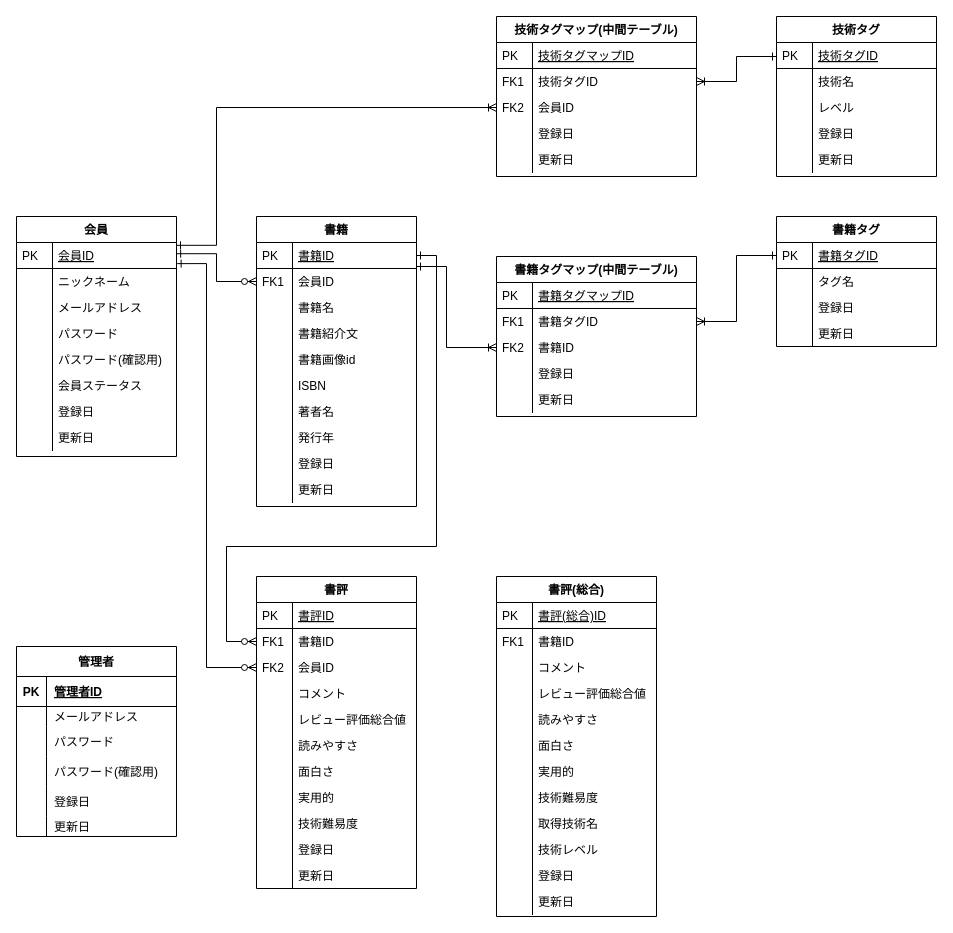
Above: page "Page-1" (1 of 2) of TechnicalBookReviewers_ER.drawio in MitsuruYako/TechnicalBookReviewers (draw.io), before the change. Source tidied: cells renumbered, new cells numbered last; positions are measured from the earlier drawing's top-left corner, leaving out a move shared by most shapes. Both pictures are drawn from the tidied source at 100%, with x=0, y=0 at pixel (16, 16).
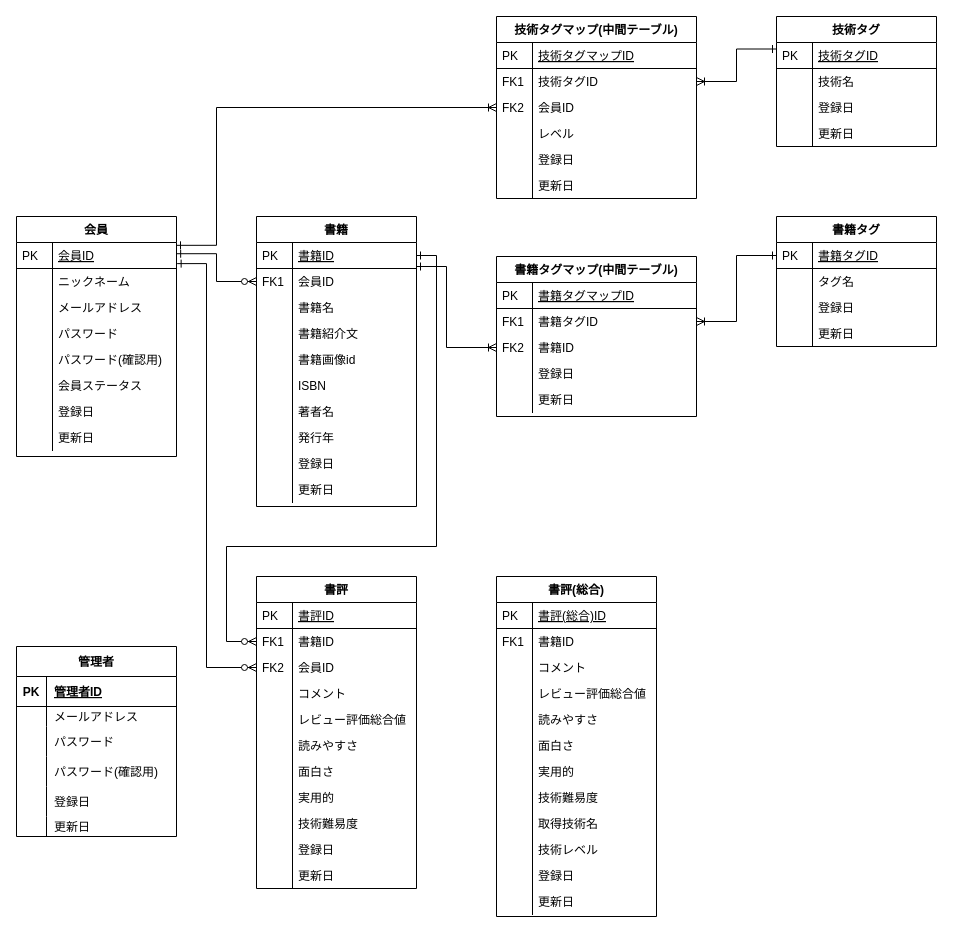
After the change.

The edit, as a diff of the source:
```diff
@@
     <mxCell id="114" value="技術タグマップ(中間テーブル)" style="swimlane;fontStyle=1;horizontal=1;startSize=26;rounded=0;shadow=0;strokeWidth=1;" parent="1" vertex="1">
-      <mxGeometry x="480" width="200" height="160" as="geometry" />
+      <mxGeometry x="480" width="200" height="182" as="geometry" />
     </mxCell>
@@
-    <mxCell id="121" value="登録日" style="shape=partialRectangle;top=0;left=0;right=0;bottom=0;align=left;verticalAlign=top;fillColor=none;spacingLeft=40;spacingRight=4;overflow=hidden;rounded=0;shadow=0;strokeWidth=1;" parent="114" vertex="1">
+    <mxCell id="121" value="レベル" style="shape=partialRectangle;top=0;left=0;right=0;bottom=0;align=left;verticalAlign=top;fillColor=none;spacingLeft=40;spacingRight=4;overflow=hidden;rounded=0;shadow=0;strokeWidth=1;" parent="114" vertex="1">
       <mxGeometry y="104" width="200" height="26" as="geometry" />
     </mxCell>
@@
-    <mxCell id="123" value="更新日" style="shape=partialRectangle;top=0;left=0;right=0;bottom=0;align=left;verticalAlign=top;fillColor=none;spacingLeft=40;spacingRight=4;overflow=hidden;rounded=0;shadow=0;strokeWidth=1;" parent="114" vertex="1">
+    <mxCell id="123" value="登録日" style="shape=partialRectangle;top=0;left=0;right=0;bottom=0;align=left;verticalAlign=top;fillColor=none;spacingLeft=40;spacingRight=4;overflow=hidden;rounded=0;shadow=0;strokeWidth=1;" parent="114" vertex="1">
       <mxGeometry y="130" width="200" height="26" as="geometry" />
     </mxCell>
@@
+    <mxCell id="156" value="更新日" style="shape=partialRectangle;top=0;left=0;right=0;bottom=0;align=left;verticalAlign=top;fillColor=none;spacingLeft=40;spacingRight=4;overflow=hidden;rounded=0;shadow=0;strokeWidth=1;" parent="114" vertex="1">
+      <mxGeometry y="156" width="200" height="26" as="geometry" />
+    </mxCell>
+    <mxCell id="131" style="shape=partialRectangle;top=0;left=0;bottom=0;fillColor=none;align=left;verticalAlign=top;spacingLeft=4;spacingRight=4;overflow=hidden;" parent="156" vertex="1">
+      <mxGeometry width="36" height="26" as="geometry" />
+    </mxCell>
     <mxCell id="125" value="技術タグ" style="swimlane;fontStyle=1;horizontal=1;startSize=26;rounded=0;shadow=0;strokeWidth=1;" parent="1" vertex="1">
-      <mxGeometry x="760" width="160" height="160" as="geometry" />
+      <mxGeometry x="760" width="160" height="130" as="geometry" />
     </mxCell>
@@
-    <mxCell id="130" value="レベル" style="shape=partialRectangle;top=0;left=0;right=0;bottom=0;align=left;verticalAlign=top;fillColor=none;spacingLeft=40;spacingRight=4;overflow=hidden;rounded=0;shadow=0;strokeWidth=1;" parent="125" vertex="1">
-      <mxGeometry y="78" width="160" height="26" as="geometry" />
-    </mxCell>
-    <mxCell id="131" style="shape=partialRectangle;top=0;left=0;bottom=0;fillColor=none;align=left;verticalAlign=top;spacingLeft=4;spacingRight=4;overflow=hidden;" parent="130" vertex="1">
-      <mxGeometry width="36" height="26" as="geometry" />
-    </mxCell>
     <mxCell id="132" value="登録日" style="shape=partialRectangle;top=0;left=0;right=0;bottom=0;align=left;verticalAlign=top;fillColor=none;spacingLeft=40;spacingRight=4;overflow=hidden;rounded=0;shadow=0;strokeWidth=1;" parent="125" vertex="1">
-      <mxGeometry y="104" width="160" height="26" as="geometry" />
+      <mxGeometry y="78" width="160" height="26" as="geometry" />
     </mxCell>
@@
     <mxCell id="134" value="更新日" style="shape=partialRectangle;top=0;left=0;right=0;bottom=0;align=left;verticalAlign=top;fillColor=none;spacingLeft=40;spacingRight=4;overflow=hidden;rounded=0;shadow=0;strokeWidth=1;" parent="125" vertex="1">
-      <mxGeometry y="130" width="160" height="26" as="geometry" />
+      <mxGeometry y="104" width="160" height="26" as="geometry" />
     </mxCell>
```
